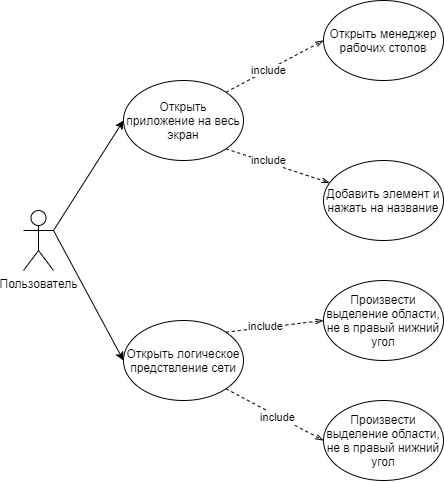
Before: assets/use-case.png, a diagram exported from draw.io (McForse/software-testing). Source tidied: cells renumbered, new cells last; positions are measured from the earlier drawing's top-left corner, leaving out a move shared by most shapes. Its diagram source:
```xml
<mxGraphModel>
  <root>
    <mxCell id="0" />
    <mxCell id="1" parent="0" />
    <mxCell id="2" style="rounded=0;jettySize=auto;html=1;exitX=1;exitY=0.3333333333333333;exitDx=0;exitDy=0;exitPerimeter=0;entryX=0;entryY=0.5;entryDx=0;entryDy=0;" parent="1" edge="1" source="4" target="9">
      <mxGeometry relative="1" as="geometry" />
    </mxCell>
    <mxCell id="3" style="edgeStyle=none;rounded=0;jettySize=auto;html=1;exitX=1;exitY=0.3333333333333333;exitDx=0;exitDy=0;exitPerimeter=0;entryX=0;entryY=0.5;entryDx=0;entryDy=0;endArrow=classic;endFill=1;strokeWidth=1;" parent="1" edge="1" source="4" target="16">
      <mxGeometry relative="1" as="geometry" />
    </mxCell>
    <mxCell id="4" value="Пользователь" style="shape=umlActor;verticalLabelPosition=bottom;verticalAlign=top;html=1;outlineConnect=0;" parent="1" vertex="1">
      <mxGeometry y="210" width="30" height="60" as="geometry" />
    </mxCell>
    <mxCell id="5" style="edgeStyle=none;rounded=0;jettySize=auto;html=1;exitX=1;exitY=1;exitDx=0;exitDy=0;entryX=0;entryY=0.5;entryDx=0;entryDy=0;dashed=1;endArrow=openThin;endFill=0;strokeWidth=1;" parent="1" edge="1" source="9" target="10">
      <mxGeometry relative="1" as="geometry" />
    </mxCell>
    <mxCell id="6" value="include" style="edgeLabel;html=1;align=center;verticalAlign=middle;" parent="5" vertex="1">
      <mxGeometry x="0.22" relative="1" as="geometry">
        <mxPoint x="-8.6" y="-3.5" as="offset" />
      </mxGeometry>
    </mxCell>
    <mxCell id="7" style="edgeStyle=none;rounded=0;jettySize=auto;html=1;exitX=1;exitY=0;exitDx=0;exitDy=0;entryX=0;entryY=0.5;entryDx=0;entryDy=0;dashed=1;endArrow=openThin;endFill=0;strokeWidth=1;" parent="1" edge="1" source="9" target="11">
      <mxGeometry relative="1" as="geometry" />
    </mxCell>
    <mxCell id="8" value="include" style="edgeLabel;html=1;align=center;verticalAlign=middle;" parent="7" vertex="1">
      <mxGeometry x="-0.3" y="-2" relative="1" as="geometry">
        <mxPoint x="4.5" y="-4" as="offset" />
      </mxGeometry>
    </mxCell>
    <mxCell id="9" value="Открыть логическое предствление сети" style="ellipse;whiteSpace=wrap;html=1;" parent="1" vertex="1">
      <mxGeometry x="100" y="320" width="120" height="80" as="geometry" />
    </mxCell>
    <mxCell id="10" value="Произвести выделение области, не в правый нижний угол" style="ellipse;whiteSpace=wrap;html=1;" parent="1" vertex="1">
      <mxGeometry x="300" y="400" width="120" height="80" as="geometry" />
    </mxCell>
    <mxCell id="11" value="Произвести выделение области, не в правый нижний угол" style="ellipse;whiteSpace=wrap;html=1;" parent="1" vertex="1">
      <mxGeometry x="300" y="280" width="120" height="80" as="geometry" />
    </mxCell>
    <mxCell id="12" style="edgeStyle=none;rounded=0;jettySize=auto;html=1;exitX=1;exitY=1;exitDx=0;exitDy=0;endArrow=openThin;endFill=0;strokeWidth=1;dashed=1;" parent="1" edge="1" source="16" target="17">
      <mxGeometry relative="1" as="geometry" />
    </mxCell>
    <mxCell id="13" value="include&lt;br&gt;" style="edgeLabel;html=1;align=center;verticalAlign=middle;" parent="12" vertex="1">
      <mxGeometry x="-0.24" y="1" relative="1" as="geometry">
        <mxPoint x="2.7" y="-0.3" as="offset" />
      </mxGeometry>
    </mxCell>
    <mxCell id="14" style="edgeStyle=none;rounded=0;jettySize=auto;html=1;exitX=1;exitY=0;exitDx=0;exitDy=0;entryX=0;entryY=0.5;entryDx=0;entryDy=0;dashed=1;endArrow=openThin;endFill=0;strokeWidth=1;" parent="1" edge="1" source="16" target="18">
      <mxGeometry relative="1" as="geometry" />
    </mxCell>
    <mxCell id="15" value="include" style="edgeLabel;html=1;align=center;verticalAlign=middle;" parent="14" vertex="1">
      <mxGeometry x="-0.2" y="-2" relative="1" as="geometry">
        <mxPoint x="2.6" y="-2.8" as="offset" />
      </mxGeometry>
    </mxCell>
    <mxCell id="16" value="Открыть приложение на весь экран" style="ellipse;whiteSpace=wrap;html=1;" parent="1" vertex="1">
      <mxGeometry x="100" y="80" width="120" height="80" as="geometry" />
    </mxCell>
    <mxCell id="17" value="Добавить элемент и нажать на название" style="ellipse;whiteSpace=wrap;html=1;" parent="1" vertex="1">
      <mxGeometry x="300" y="160" width="120" height="80" as="geometry" />
    </mxCell>
    <mxCell id="18" value="Открыть менеджер рабочих столов" style="ellipse;whiteSpace=wrap;html=1;" parent="1" vertex="1">
      <mxGeometry x="300" width="120" height="80" as="geometry" />
    </mxCell>
  </root>
</mxGraphModel>
```
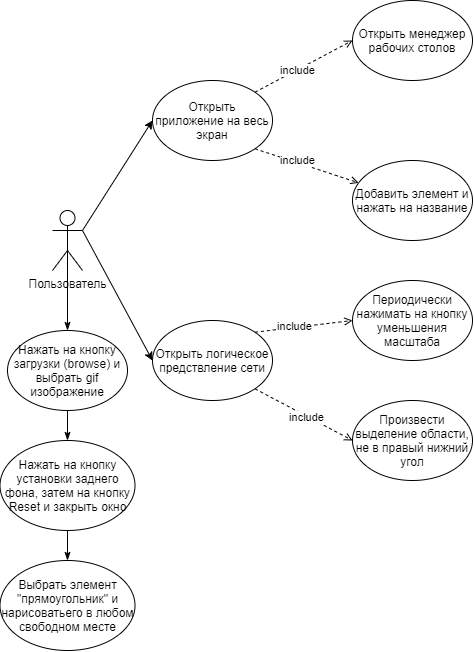
The same diagram one commit later.

What changed in the source:
```diff
@@ -8,10 +8,13 @@
     <mxCell id="3" style="edgeStyle=none;rounded=0;jettySize=auto;html=1;exitX=1;exitY=0.3333333333333333;exitDx=0;exitDy=0;exitPerimeter=0;entryX=0;entryY=0.5;entryDx=0;entryDy=0;endArrow=classic;endFill=1;strokeWidth=1;" parent="1" edge="1" source="4" target="16">
       <mxGeometry relative="1" as="geometry" />
     </mxCell>
+    <mxCell id="19" style="edgeStyle=none;rounded=0;jettySize=auto;html=1;exitX=0.5;exitY=0.5;exitDx=0;exitDy=0;exitPerimeter=0;endArrow=classicThin;endFill=1;strokeWidth=1;" parent="1" edge="1" source="4" target="21">
+      <mxGeometry relative="1" as="geometry" />
+    </mxCell>
     <mxCell id="4" value="Пользователь" style="shape=umlActor;verticalLabelPosition=bottom;verticalAlign=top;html=1;outlineConnect=0;" parent="1" vertex="1">
       <mxGeometry y="210" width="30" height="60" as="geometry" />
     </mxCell>
-    <mxCell id="5" style="edgeStyle=none;rounded=0;jettySize=auto;html=1;exitX=1;exitY=1;exitDx=0;exitDy=0;entryX=0;entryY=0.5;entryDx=0;entryDy=0;dashed=1;endArrow=openThin;endFill=0;strokeWidth=1;" parent="1" edge="1" source="9" target="10">
+    <mxCell id="5" style="edgeStyle=none;rounded=0;jettySize=auto;html=1;exitX=1;exitY=1;exitDx=0;exitDy=0;entryX=0;entryY=0.5;entryDx=0;entryDy=0;dashed=1;endArrow=open;endFill=0;strokeWidth=1;" parent="1" edge="1" source="9" target="10">
       <mxGeometry relative="1" as="geometry" />
     </mxCell>
     <mxCell id="6" value="include" style="edgeLabel;html=1;align=center;verticalAlign=middle;" parent="5" vertex="1">
@@ -19,7 +22,7 @@
         <mxPoint x="-8.6" y="-3.5" as="offset" />
       </mxGeometry>
     </mxCell>
-    <mxCell id="7" style="edgeStyle=none;rounded=0;jettySize=auto;html=1;exitX=1;exitY=0;exitDx=0;exitDy=0;entryX=0;entryY=0.5;entryDx=0;entryDy=0;dashed=1;endArrow=openThin;endFill=0;strokeWidth=1;" parent="1" edge="1" source="9" target="11">
+    <mxCell id="7" style="edgeStyle=none;rounded=0;jettySize=auto;html=1;exitX=1;exitY=0;exitDx=0;exitDy=0;entryX=0;entryY=0.5;entryDx=0;entryDy=0;dashed=1;endArrow=open;endFill=0;strokeWidth=1;" parent="1" edge="1" source="9" target="11">
       <mxGeometry relative="1" as="geometry" />
     </mxCell>
     <mxCell id="8" value="include" style="edgeLabel;html=1;align=center;verticalAlign=middle;" parent="7" vertex="1">
@@ -33,10 +36,10 @@
     <mxCell id="10" value="Произвести выделение области, не в правый нижний угол" style="ellipse;whiteSpace=wrap;html=1;" parent="1" vertex="1">
       <mxGeometry x="300" y="400" width="120" height="80" as="geometry" />
     </mxCell>
-    <mxCell id="11" value="Произвести выделение области, не в правый нижний угол" style="ellipse;whiteSpace=wrap;html=1;" parent="1" vertex="1">
+    <mxCell id="11" value="Периодически нажимать на кнопку уменьшения масштаба" style="ellipse;whiteSpace=wrap;html=1;" parent="1" vertex="1">
       <mxGeometry x="300" y="280" width="120" height="80" as="geometry" />
     </mxCell>
-    <mxCell id="12" style="edgeStyle=none;rounded=0;jettySize=auto;html=1;exitX=1;exitY=1;exitDx=0;exitDy=0;endArrow=openThin;endFill=0;strokeWidth=1;dashed=1;" parent="1" edge="1" source="16" target="17">
+    <mxCell id="12" style="edgeStyle=none;rounded=0;jettySize=auto;html=1;exitX=1;exitY=1;exitDx=0;exitDy=0;endArrow=open;endFill=0;strokeWidth=1;dashed=1;" parent="1" edge="1" source="16" target="17">
       <mxGeometry relative="1" as="geometry" />
     </mxCell>
     <mxCell id="13" value="include&lt;br&gt;" style="edgeLabel;html=1;align=center;verticalAlign=middle;" parent="12" vertex="1">
@@ -44,7 +47,7 @@
         <mxPoint x="2.7" y="-0.3" as="offset" />
       </mxGeometry>
     </mxCell>
-    <mxCell id="14" style="edgeStyle=none;rounded=0;jettySize=auto;html=1;exitX=1;exitY=0;exitDx=0;exitDy=0;entryX=0;entryY=0.5;entryDx=0;entryDy=0;dashed=1;endArrow=openThin;endFill=0;strokeWidth=1;" parent="1" edge="1" source="16" target="18">
+    <mxCell id="14" style="edgeStyle=none;rounded=0;jettySize=auto;html=1;exitX=1;exitY=0;exitDx=0;exitDy=0;entryX=0;entryY=0.5;entryDx=0;entryDy=0;dashed=1;endArrow=open;endFill=0;strokeWidth=1;" parent="1" edge="1" source="16" target="18">
       <mxGeometry relative="1" as="geometry" />
     </mxCell>
     <mxCell id="15" value="include" style="edgeLabel;html=1;align=center;verticalAlign=middle;" parent="14" vertex="1">
@@ -61,5 +64,20 @@
     <mxCell id="18" value="Открыть менеджер рабочих столов" style="ellipse;whiteSpace=wrap;html=1;" parent="1" vertex="1">
       <mxGeometry x="300" width="120" height="80" as="geometry" />
     </mxCell>
+    <mxCell id="20" style="edgeStyle=none;rounded=0;jettySize=auto;html=1;exitX=0.5;exitY=1;exitDx=0;exitDy=0;endArrow=classicThin;endFill=1;strokeWidth=1;" parent="1" edge="1" source="21" target="23">
+      <mxGeometry relative="1" as="geometry" />
+    </mxCell>
+    <mxCell id="21" value="Нажать на кнопку загрузки (browse) и выбрать gif изображение" style="ellipse;whiteSpace=wrap;html=1;" parent="1" vertex="1">
+      <mxGeometry x="-45" y="330" width="120" height="80" as="geometry" />
+    </mxCell>
+    <mxCell id="22" style="edgeStyle=none;rounded=0;jettySize=auto;html=1;exitX=0.5;exitY=1;exitDx=0;exitDy=0;endArrow=classicThin;endFill=1;strokeWidth=1;" parent="1" edge="1" source="23" target="24">
+      <mxGeometry relative="1" as="geometry" />
+    </mxCell>
+    <mxCell id="23" value="Нажать на кнопку установки заднего фона, затем на кнопку Reset и закрыть окно" style="ellipse;whiteSpace=wrap;html=1;" parent="1" vertex="1">
+      <mxGeometry x="-52.5" y="440" width="135" height="90" as="geometry" />
+    </mxCell>
+    <mxCell id="24" value="Выбрать элемент &quot;прямоугольник&quot; и нарисоватьего в любом свободном месте" style="ellipse;whiteSpace=wrap;html=1;" parent="1" vertex="1">
+      <mxGeometry x="-52.5" y="560" width="135" height="90" as="geometry" />
+    </mxCell>
   </root>
 </mxGraphModel>
```
